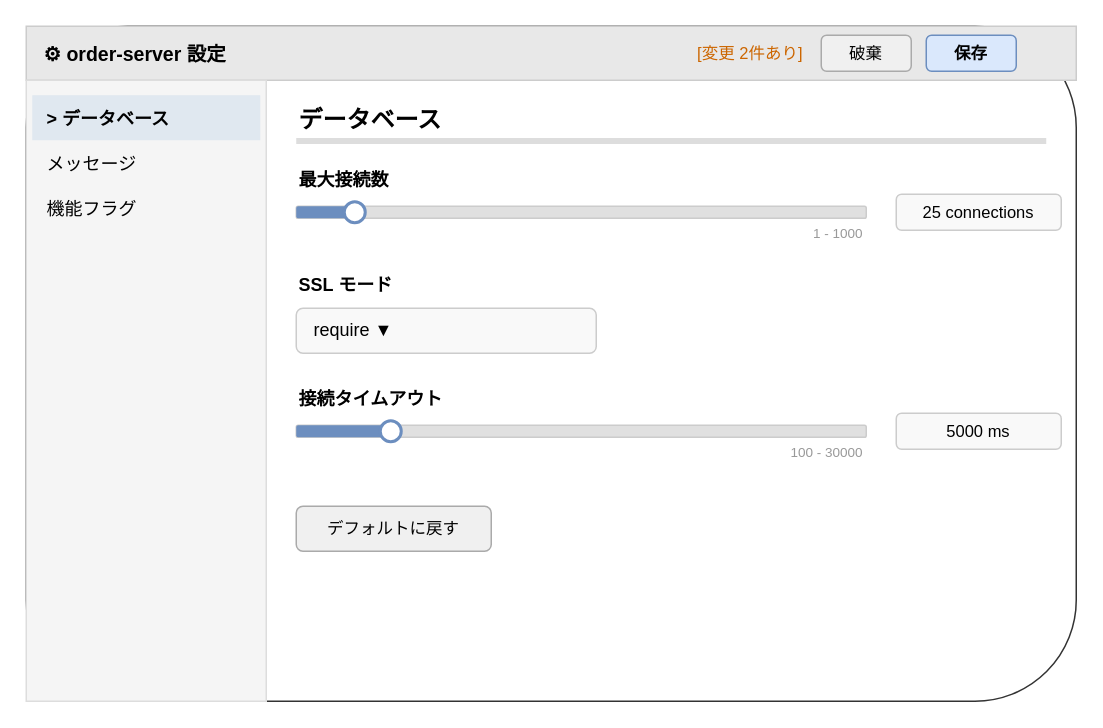
This is docs/cli/config/images/config-editor-ui.drawio from RyuheiKiso/k1s0, a draw.io file, before an edit. Source tidied: cells renumbered, new cells numbered last; positions are measured from the earlier drawing's top-left corner, leaving out a move shared by most shapes. Both pictures are drawn from the tidied source at 150%, with x=0, y=0 at pixel (26, 26).
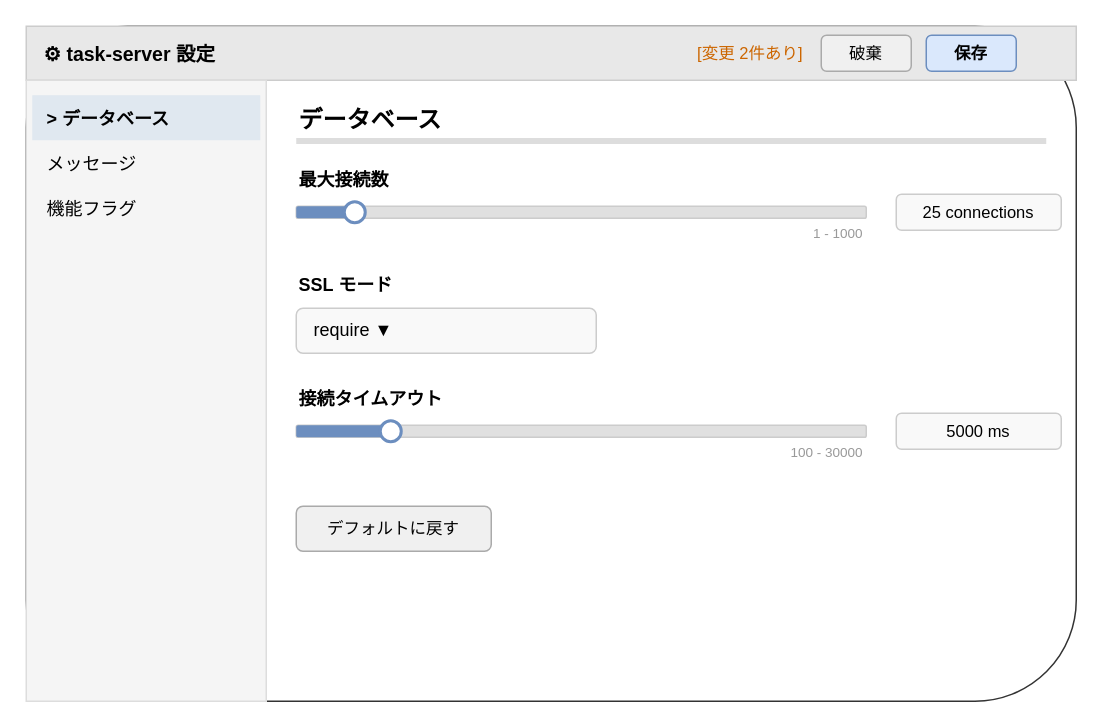
Above is the later version.

Change to the diagram source:
```diff
@@
-    <mxCell id="4" value="⚙ order-server 設定" style="text;align=left;verticalAlign=middle;fontStyle=1;fontSize=13;fillColor=none;strokeColor=none;" parent="1" vertex="1">
+    <mxCell id="4" value="⚙ task-server 設定" style="text;align=left;verticalAlign=middle;fontStyle=1;fontSize=13;fillColor=none;strokeColor=none;" parent="1" vertex="1">
       <mxGeometry x="10" y="2" width="200" height="32" as="geometry" />
     </mxCell>
```
